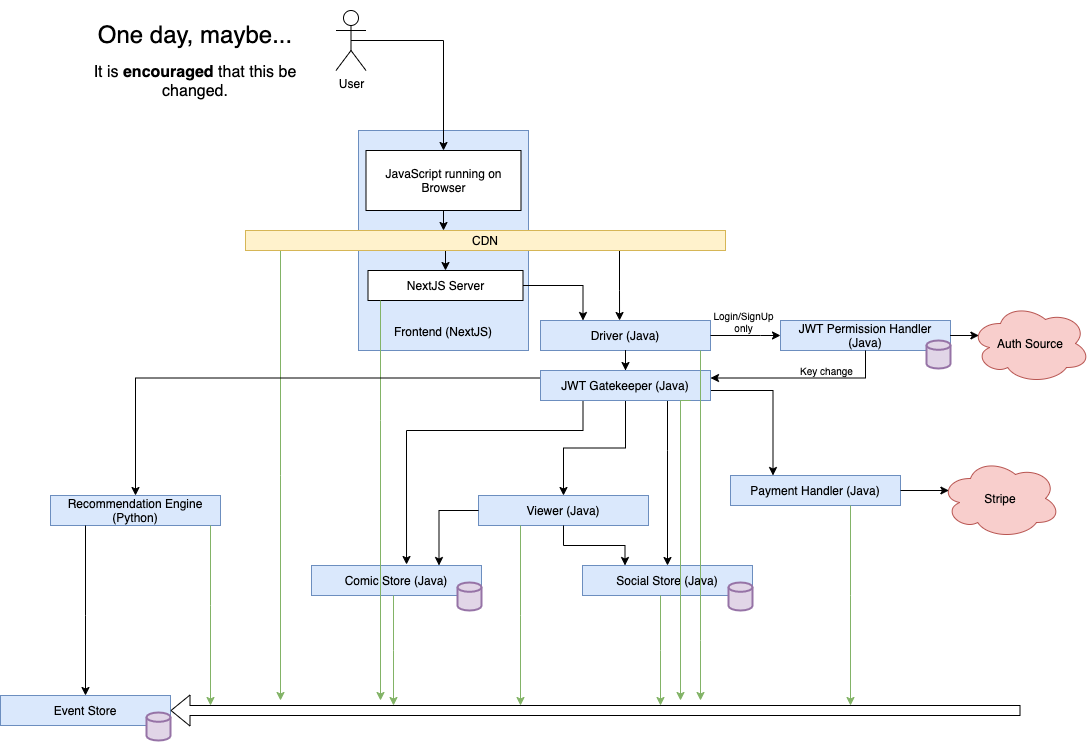
Above: architecture/architecture-vision.drawio.png in iman42/IF-Store (draw.io), before the change. Source tidied: cells renumbered, new cells last; positions are measured from the earlier drawing's top-left corner, leaving out a move shared by most shapes.
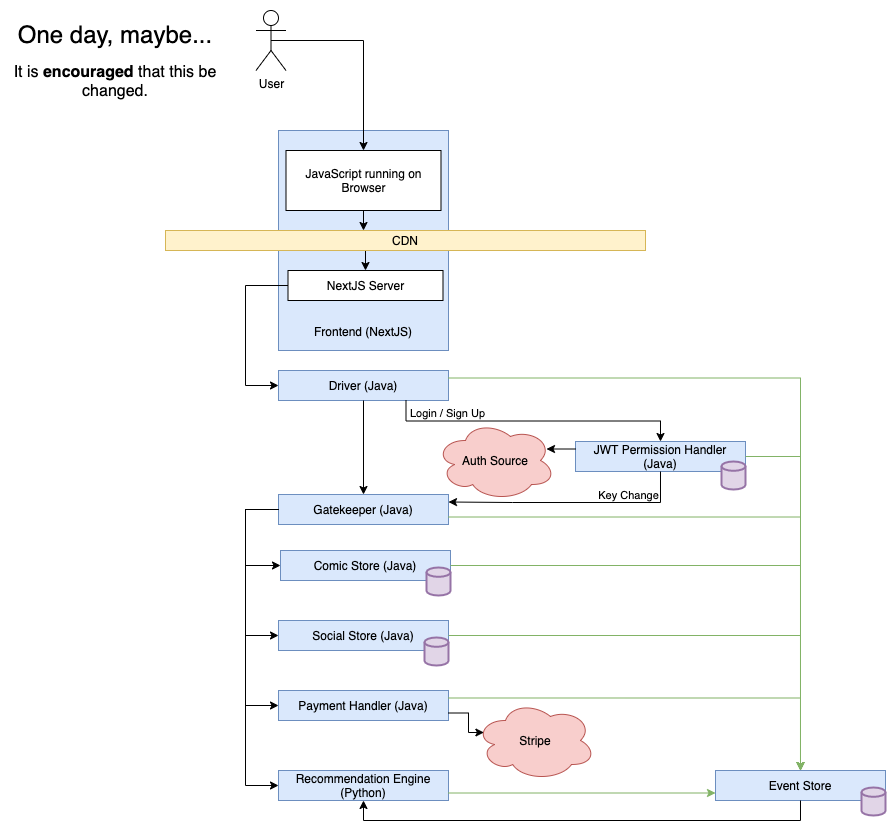
The same file after the commit.

Commit message:
clean up architecture diagram

The edit, as a diff of the source:
```diff
@@ -5,3 +5,3 @@
     <mxCell id="2" style="group;" parent="1" vertex="1">
-      <mxGeometry x="358" y="130" width="170" height="220" as="geometry" />
+      <mxGeometry x="358" y="110" width="170" height="220" as="geometry" />
     </mxCell>
@@ -17,3 +17,3 @@
     <mxCell id="6" value="JavaScript running on Browser" style="rounded=0;whiteSpace=wrap;html=1;" parent="1" vertex="1">
-      <mxGeometry x="365.5" y="150" width="155" height="60" as="geometry" />
+      <mxGeometry x="365.5" y="130" width="155" height="60" as="geometry" />
     </mxCell>
@@ -22,3 +22,3 @@
         <Array as="points">
-          <mxPoint x="443" y="40" />
+          <mxPoint x="443" y="20" />
         </Array>
@@ -27,3 +27,3 @@
     <mxCell id="8" value="User" style="shape=umlActor;verticalLabelPosition=bottom;verticalAlign=top;html=1;outlineConnect=0;" parent="1" vertex="1">
-      <mxGeometry x="335.5" y="10" width="30" height="60" as="geometry" />
+      <mxGeometry x="335.5" y="-10" width="30" height="60" as="geometry" />
     </mxCell>
@@ -32,4 +32,4 @@
         <Array as="points">
-          <mxPoint x="445" y="270" />
-          <mxPoint x="445" y="270" />
+          <mxPoint x="445" y="250" />
+          <mxPoint x="445" y="250" />
         </Array>
@@ -37,35 +37,18 @@
     </mxCell>
-    <mxCell id="10" style="edgeStyle=elbowEdgeStyle;rounded=0;jettySize=auto;html=1;strokeColor=#82b366;fillColor=#d5e8d4;" parent="1" edge="1" source="12">
-      <mxGeometry relative="1" as="geometry">
-        <mxPoint x="280" y="700" as="targetPoint" />
-      </mxGeometry>
-    </mxCell>
-    <mxCell id="11" style="edgeStyle=orthogonalEdgeStyle;rounded=0;jettySize=auto;html=1;entryX=0.465;entryY=0;entryDx=0;entryDy=0;entryPerimeter=0;" parent="1" edge="1" source="12" target="55">
-      <mxGeometry relative="1" as="geometry">
-        <Array as="points">
-          <mxPoint x="619" y="290" />
-          <mxPoint x="619" y="290" />
-        </Array>
-      </mxGeometry>
-    </mxCell>
     <mxCell id="12" value="CDN" style="rounded=0;whiteSpace=wrap;html=1;fillColor=#fff2cc;strokeColor=#d6b656;" parent="1" vertex="1">
-      <mxGeometry x="245" y="230" width="480" height="20" as="geometry" />
+      <mxGeometry x="245" y="210" width="480" height="20" as="geometry" />
     </mxCell>
-    <mxCell id="13" style="group;" parent="1" vertex="1">
-      <mxGeometry x="478" y="495" width="170" height="30" as="geometry" />
-    </mxCell>
-    <mxCell id="14" style="rounded=0;whiteSpace=wrap;html=1;fillColor=#dae8fc;strokeColor=#6c8ebf;align=left;" parent="13" vertex="1">
-      <mxGeometry width="170" height="30" as="geometry" />
-    </mxCell>
-    <mxCell id="15" value="Viewer (Java)" style="text;html=1;strokeColor=none;fillColor=none;align=center;verticalAlign=middle;whiteSpace=wrap;rounded=0;" parent="13" vertex="1">
-      <mxGeometry x="10" y="7.7" width="150" height="14.7" as="geometry" />
-    </mxCell>
-    <mxCell id="16" style="edgeStyle=orthogonalEdgeStyle;rounded=0;jettySize=auto;html=1;entryX=0.25;entryY=0;entryDx=0;entryDy=0;" parent="1" edge="1" source="17" target="55">
-      <mxGeometry relative="1" as="geometry" />
+    <mxCell id="16" style="edgeStyle=orthogonalEdgeStyle;rounded=0;jettySize=auto;html=1;entryX=0;entryY=0.5;entryDx=0;entryDy=0;" parent="1" edge="1" source="17" target="55">
+      <mxGeometry relative="1" as="geometry">
+        <Array as="points">
+          <mxPoint x="325" y="265" />
+          <mxPoint x="325" y="365" />
+        </Array>
+      </mxGeometry>
     </mxCell>
     <mxCell id="17" value="NextJS Server" style="rounded=0;whiteSpace=wrap;html=1;" parent="1" vertex="1">
-      <mxGeometry x="367.5" y="270" width="155" height="30" as="geometry" />
+      <mxGeometry x="367.5" y="250" width="155" height="30" as="geometry" />
     </mxCell>
     <mxCell id="18" style="group;" parent="1" vertex="1">
-      <mxGeometry x="780" y="320" width="179" height="38" as="geometry" />
+      <mxGeometry x="655" y="421" width="179" height="38" as="geometry" />
     </mxCell>
@@ -81,3 +64,3 @@
     <mxCell id="22" style="group;" parent="1" vertex="1">
-      <mxGeometry x="730" y="475" width="170" height="30" as="geometry" />
+      <mxGeometry x="358" y="670" width="170" height="30" as="geometry" />
     </mxCell>
@@ -90,3 +73,3 @@
     <mxCell id="25" style="group;" parent="1" vertex="1">
-      <mxGeometry x="582" y="565" width="170" height="45" as="geometry" />
+      <mxGeometry x="358" y="600" width="170" height="45" as="geometry" />
     </mxCell>
@@ -102,9 +85,6 @@
     <mxCell id="29" value="Stripe" style="ellipse;shape=cloud;whiteSpace=wrap;html=1;fillColor=#f8cecc;strokeColor=#b85450;" parent="1" vertex="1">
-      <mxGeometry x="940" y="458" width="120" height="80" as="geometry" />
+      <mxGeometry x="555" y="680" width="120" height="80" as="geometry" />
     </mxCell>
-    <mxCell id="30" style="edgeStyle=orthogonalEdgeStyle;rounded=0;jettySize=auto;html=1;entryX=0.07;entryY=0.4;entryDx=0;entryDy=0;entryPerimeter=0;" parent="1" edge="1" source="23" target="29">
-      <mxGeometry relative="1" as="geometry" />
-    </mxCell>
     <mxCell id="31" style="group;" parent="1" vertex="1">
-      <mxGeometry x="311" y="565" width="170" height="45" as="geometry" />
+      <mxGeometry x="360" y="530" width="170" height="45" as="geometry" />
     </mxCell>
@@ -119,19 +99,4 @@
     </mxCell>
-    <mxCell id="35" style="edgeStyle=orthogonalEdgeStyle;rounded=0;jettySize=auto;html=1;exitX=0;exitY=0.5;exitDx=0;exitDy=0;entryX=0.75;entryY=0;entryDx=0;entryDy=0;" parent="1" edge="1" source="14" target="32">
-      <mxGeometry relative="1" as="geometry">
-        <Array as="points">
-          <mxPoint x="439" y="510" />
-        </Array>
-      </mxGeometry>
-    </mxCell>
-    <mxCell id="36" style="edgeStyle=orthogonalEdgeStyle;rounded=0;jettySize=auto;html=1;entryX=0.25;entryY=0;entryDx=0;entryDy=0;" parent="1" edge="1" source="14" target="26">
-      <mxGeometry relative="1" as="geometry">
-        <Array as="points">
-          <mxPoint x="563" y="545" />
-          <mxPoint x="625" y="545" />
-        </Array>
-      </mxGeometry>
-    </mxCell>
     <mxCell id="37" style="group;" parent="1" vertex="1">
-      <mxGeometry x="50" y="495" width="170" height="30" as="geometry" />
+      <mxGeometry x="358" y="750" width="170" height="30" as="geometry" />
     </mxCell>
@@ -144,3 +109,3 @@
     <mxCell id="40" style="group;" parent="1" vertex="1">
-      <mxGeometry y="695" width="170" height="45" as="geometry" />
+      <mxGeometry x="795" y="750" width="170" height="45" as="geometry" />
     </mxCell>
@@ -155,72 +120,4 @@
     </mxCell>
-    <mxCell id="44" style="shape=flexArrow;endArrow=classic;html=1;entryX=1;entryY=0.5;entryDx=0;entryDy=0;" parent="1" edge="1" target="41">
-      <mxGeometry relative="1" as="geometry">
-        <mxPoint x="1020" y="710" as="sourcePoint" />
-      </mxGeometry>
-    </mxCell>
-    <mxCell id="45" style="edgeStyle=elbowEdgeStyle;rounded=0;jettySize=auto;html=1;entryX=0.5;entryY=0;entryDx=0;entryDy=0;" parent="1" edge="1" source="38" target="41">
-      <mxGeometry relative="1" as="geometry">
-        <Array as="points">
-          <mxPoint x="85" y="615" />
-        </Array>
-      </mxGeometry>
-    </mxCell>
-    <mxCell id="46" style="edgeStyle=elbowEdgeStyle;rounded=0;jettySize=auto;html=1;fillColor=#d5e8d4;strokeColor=#82b366;" parent="1" edge="1" source="38">
-      <mxGeometry relative="1" as="geometry">
-        <mxPoint x="210" y="705" as="targetPoint" />
-        <Array as="points">
-          <mxPoint x="210" y="605" />
-          <mxPoint x="245" y="575" />
-        </Array>
-      </mxGeometry>
-    </mxCell>
-    <mxCell id="47" style="edgeStyle=elbowEdgeStyle;rounded=0;jettySize=auto;html=1;strokeColor=#82b366;fillColor=#d5e8d4;" parent="1" edge="1" source="32">
-      <mxGeometry relative="1" as="geometry">
-        <mxPoint x="393" y="705" as="targetPoint" />
-      </mxGeometry>
-    </mxCell>
-    <mxCell id="48" style="edgeStyle=elbowEdgeStyle;rounded=0;jettySize=auto;html=1;strokeColor=#82b366;fillColor=#d5e8d4;" parent="1" edge="1" source="14">
-      <mxGeometry relative="1" as="geometry">
-        <mxPoint x="520" y="705" as="targetPoint" />
-      </mxGeometry>
-    </mxCell>
-    <mxCell id="49" style="edgeStyle=elbowEdgeStyle;rounded=0;jettySize=auto;html=1;strokeColor=#82b366;fillColor=#d5e8d4;" parent="1" edge="1" source="26">
-      <mxGeometry relative="1" as="geometry">
-        <mxPoint x="660" y="705" as="targetPoint" />
-      </mxGeometry>
-    </mxCell>
-    <mxCell id="50" style="edgeStyle=elbowEdgeStyle;rounded=0;jettySize=auto;html=1;fillColor=#d5e8d4;entryX=1;entryY=0.25;entryDx=0;entryDy=0;" parent="1" edge="1" source="19" target="68">
-      <mxGeometry relative="1" as="geometry">
-        <Array as="points">
-          <mxPoint x="865" y="360" />
-          <mxPoint x="910" y="390" />
-        </Array>
-      </mxGeometry>
-    </mxCell>
-    <mxCell id="51" value="Key change" style="edgeLabel;html=1;align=center;verticalAlign=middle;fontSize=10;labelBackgroundColor=none;" parent="50" vertex="1">
-      <mxGeometry x="0.09" relative="1" as="geometry">
-        <mxPoint x="31.5" y="-8.5" as="offset" />
-      </mxGeometry>
-    </mxCell>
-    <mxCell id="52" style="edgeStyle=elbowEdgeStyle;rounded=0;jettySize=auto;html=1;strokeColor=#82b366;fillColor=#d5e8d4;" parent="1" edge="1" source="23">
-      <mxGeometry relative="1" as="geometry">
-        <mxPoint x="850" y="705" as="targetPoint" />
-        <Array as="points">
-          <mxPoint x="850" y="595" />
-        </Array>
-      </mxGeometry>
-    </mxCell>
-    <mxCell id="53" style="edgeStyle=elbowEdgeStyle;rounded=0;jettySize=auto;html=1;strokeColor=#82b366;fillColor=#d5e8d4;" parent="1" edge="1" source="17">
-      <mxGeometry relative="1" as="geometry">
-        <mxPoint x="380" y="700" as="targetPoint" />
-        <Array as="points">
-          <mxPoint x="380" y="420" />
-          <mxPoint x="370" y="580" />
-          <mxPoint x="300" y="400" />
-          <mxPoint x="280" y="460" />
-        </Array>
-      </mxGeometry>
-    </mxCell>
     <mxCell id="54" style="group;" parent="1" vertex="1">
-      <mxGeometry x="540" y="320" width="170" height="30" as="geometry" />
+      <mxGeometry x="358" y="350" width="170" height="30" as="geometry" />
     </mxCell>
@@ -232,58 +129,7 @@
     </mxCell>
-    <mxCell id="57" style="edgeStyle=orthogonalEdgeStyle;rounded=0;jettySize=auto;html=1;entryX=0.559;entryY=-0.033;entryDx=0;entryDy=0;entryPerimeter=0;exitX=0.25;exitY=1;exitDx=0;exitDy=0;" parent="1" edge="1" source="68" target="32">
-      <mxGeometry relative="1" as="geometry">
-        <Array as="points">
-          <mxPoint x="583" y="430" />
-          <mxPoint x="406" y="430" />
-        </Array>
-      </mxGeometry>
-    </mxCell>
-    <mxCell id="58" style="edgeStyle=orthogonalEdgeStyle;rounded=0;jettySize=auto;html=1;entryX=0.5;entryY=0;entryDx=0;entryDy=0;exitX=0;exitY=0.25;exitDx=0;exitDy=0;" parent="1" edge="1" source="68" target="38">
-      <mxGeometry relative="1" as="geometry">
-        <Array as="points">
-          <mxPoint x="135" y="378" />
-        </Array>
-      </mxGeometry>
-    </mxCell>
-    <mxCell id="59" style="edgeStyle=orthogonalEdgeStyle;rounded=0;jettySize=auto;html=1;entryX=0;entryY=0.5;entryDx=0;entryDy=0;" parent="1" edge="1" source="55" target="19">
-      <mxGeometry relative="1" as="geometry">
-        <Array as="points">
-          <mxPoint x="760" y="335" />
-        </Array>
-      </mxGeometry>
-    </mxCell>
-    <mxCell id="60" value="Login/SignUp&lt;br&gt;only" style="edgeLabel;html=1;align=center;verticalAlign=middle;fontSize=10;labelBackgroundColor=none;" parent="59" vertex="1">
-      <mxGeometry x="0.29" y="-1" relative="1" as="geometry">
-        <mxPoint x="-13" y="-16" as="offset" />
-      </mxGeometry>
-    </mxCell>
-    <mxCell id="61" style="edgeStyle=orthogonalEdgeStyle;rounded=0;jettySize=auto;html=1;entryX=0.07;entryY=0.4;entryDx=0;entryDy=0;entryPerimeter=0;" parent="1" edge="1" source="19" target="70">
-      <mxGeometry relative="1" as="geometry" />
-    </mxCell>
-    <mxCell id="62" style="edgeStyle=orthogonalEdgeStyle;rounded=0;jettySize=auto;html=1;entryX=0.5;entryY=0;entryDx=0;entryDy=0;" parent="1" edge="1" source="68" target="14">
-      <mxGeometry relative="1" as="geometry" />
-    </mxCell>
-    <mxCell id="63" style="edgeStyle=orthogonalEdgeStyle;rounded=0;jettySize=auto;html=1;entryX=0.5;entryY=0;entryDx=0;entryDy=0;" parent="1" edge="1" source="68" target="26">
-      <mxGeometry relative="1" as="geometry">
-        <Array as="points">
-          <mxPoint x="667" y="450" />
-          <mxPoint x="667" y="450" />
-        </Array>
-      </mxGeometry>
-    </mxCell>
-    <mxCell id="64" style="edgeStyle=orthogonalEdgeStyle;rounded=0;jettySize=auto;html=1;entryX=0.25;entryY=0;entryDx=0;entryDy=0;" parent="1" edge="1" source="68" target="23">
-      <mxGeometry relative="1" as="geometry">
-        <Array as="points">
-          <mxPoint x="773" y="390" />
-        </Array>
-      </mxGeometry>
-    </mxCell>
-    <mxCell id="65" style="edgeStyle=orthogonalEdgeStyle;rounded=0;jettySize=auto;html=1;entryX=0.5;entryY=0;entryDx=0;entryDy=0;" parent="1" edge="1" source="55" target="68">
-      <mxGeometry relative="1" as="geometry" />
-    </mxCell>
     <mxCell id="66" value="&lt;font&gt;&lt;span style=&quot;font-size: 24px&quot;&gt;One day, maybe...&lt;/span&gt;&lt;br&gt;&lt;br&gt;&lt;font style=&quot;font-size: 16px&quot;&gt;It is &lt;b&gt;encouraged&lt;/b&gt; that this be changed.&lt;/font&gt;&lt;br&gt;&lt;/font&gt;" style="text;html=1;strokeColor=none;fillColor=none;align=center;verticalAlign=middle;whiteSpace=wrap;rounded=0;" parent="1" vertex="1">
-      <mxGeometry x="80" width="230" height="120" as="geometry" />
+      <mxGeometry x="80" y="-20" width="230" height="120" as="geometry" />
     </mxCell>
     <mxCell id="67" style="group;" parent="1" vertex="1">
-      <mxGeometry x="540" y="370" width="170" height="30" as="geometry" />
+      <mxGeometry x="358" y="474" width="170" height="30" as="geometry" />
     </mxCell>
@@ -292,3 +138,3 @@
     </mxCell>
-    <mxCell id="69" value="JWT Gatekeeper (Java)" style="text;html=1;strokeColor=none;fillColor=none;align=center;verticalAlign=middle;whiteSpace=wrap;rounded=0;" parent="67" vertex="1">
+    <mxCell id="69" value="Gatekeeper (Java)" style="text;html=1;strokeColor=none;fillColor=none;align=center;verticalAlign=middle;whiteSpace=wrap;rounded=0;" parent="67" vertex="1">
       <mxGeometry x="10" y="7.7" width="150" height="14.7" as="geometry" />
@@ -296,21 +142,95 @@
     <mxCell id="70" value="Auth Source" style="ellipse;shape=cloud;whiteSpace=wrap;html=1;fillColor=#f8cecc;strokeColor=#b85450;" parent="1" vertex="1">
-      <mxGeometry x="970" y="303" width="120" height="80" as="geometry" />
+      <mxGeometry x="515" y="400" width="120" height="80" as="geometry" />
     </mxCell>
-    <mxCell id="71" style="edgeStyle=orthogonalEdgeStyle;rounded=0;jettySize=auto;html=1;strokeColor=#82b366;fillColor=#d5e8d4;" parent="1" edge="1" source="55">
-      <mxGeometry relative="1" as="geometry">
-        <mxPoint x="700" y="700" as="targetPoint" />
-        <Array as="points">
-          <mxPoint x="700" y="640" />
-        </Array>
-      </mxGeometry>
-    </mxCell>
-    <mxCell id="72" style="edgeStyle=orthogonalEdgeStyle;rounded=0;jettySize=auto;html=1;strokeColor=#82b366;fillColor=#d5e8d4;exitX=0.882;exitY=1;exitDx=0;exitDy=0;exitPerimeter=0;" parent="1" edge="1" source="68">
-      <mxGeometry relative="1" as="geometry">
-        <mxPoint x="680" y="700" as="targetPoint" />
-        <Array as="points">
-          <mxPoint x="680" y="400" />
-          <mxPoint x="680" y="700" />
-        </Array>
-      </mxGeometry>
-    </mxCell>
+    <mxCell id="65" style="edgeStyle=orthogonalEdgeStyle;rounded=0;jettySize=auto;html=1;entryX=0.5;entryY=0;entryDx=0;entryDy=0;" parent="1" edge="1" source="55" target="68">
+      <mxGeometry relative="1" as="geometry" />
+    </mxCell>
+    <mxCell id="59" style="edgeStyle=orthogonalEdgeStyle;rounded=0;jettySize=auto;html=1;exitX=0.75;exitY=1;exitDx=0;exitDy=0;entryX=0.5;entryY=0;entryDx=0;entryDy=0;" parent="1" edge="1" source="55" target="19">
+      <mxGeometry relative="1" as="geometry" />
+    </mxCell>
+    <mxCell id="73" value="Login / Sign Up" style="edgeLabel;html=1;align=center;verticalAlign=middle;" parent="59" vertex="1">
+      <mxGeometry x="-0.25" y="2" relative="1" as="geometry">
+        <mxPoint x="-49" y="-6.5" as="offset" />
+      </mxGeometry>
+    </mxCell>
+    <mxCell id="50" style="edgeStyle=orthogonalEdgeStyle;rounded=0;jettySize=auto;html=1;entryX=1;entryY=0.25;entryDx=0;entryDy=0;" parent="1" edge="1" source="19" target="68">
+      <mxGeometry relative="1" as="geometry">
+        <Array as="points">
+          <mxPoint x="740" y="482" />
+          <mxPoint x="592" y="482" />
+        </Array>
+      </mxGeometry>
+    </mxCell>
+    <mxCell id="74" value="Key Change" style="edgeLabel;html=1;align=center;verticalAlign=middle;" parent="50" vertex="1">
+      <mxGeometry x="-0.15" y="2" relative="1" as="geometry">
+        <mxPoint x="40" y="-10" as="offset" />
+      </mxGeometry>
+    </mxCell>
+    <mxCell id="57" style="edgeStyle=orthogonalEdgeStyle;rounded=0;jettySize=auto;html=1;entryX=0;entryY=0.5;entryDx=0;entryDy=0;" parent="1" edge="1" source="68" target="32">
+      <mxGeometry relative="1" as="geometry">
+        <Array as="points">
+          <mxPoint x="325" y="489" />
+          <mxPoint x="325" y="545" />
+        </Array>
+      </mxGeometry>
+    </mxCell>
+    <mxCell id="63" style="edgeStyle=orthogonalEdgeStyle;rounded=0;jettySize=auto;html=1;entryX=0;entryY=0.5;entryDx=0;entryDy=0;" parent="1" edge="1" source="68" target="26">
+      <mxGeometry relative="1" as="geometry">
+        <Array as="points">
+          <mxPoint x="325" y="489" />
+          <mxPoint x="325" y="615" />
+        </Array>
+      </mxGeometry>
+    </mxCell>
+    <mxCell id="61" style="edgeStyle=orthogonalEdgeStyle;rounded=0;jettySize=auto;html=1;exitX=0;exitY=0.25;exitDx=0;exitDy=0;entryX=0.925;entryY=0.35;entryDx=0;entryDy=0;entryPerimeter=0;" parent="1" edge="1" source="19" target="70">
+      <mxGeometry relative="1" as="geometry" />
+    </mxCell>
+    <mxCell id="30" style="edgeStyle=orthogonalEdgeStyle;rounded=0;jettySize=auto;html=1;exitX=1;exitY=0.75;exitDx=0;exitDy=0;entryX=0.07;entryY=0.4;entryDx=0;entryDy=0;entryPerimeter=0;" parent="1" edge="1" source="23" target="29">
+      <mxGeometry relative="1" as="geometry" />
+    </mxCell>
+    <mxCell id="64" style="edgeStyle=orthogonalEdgeStyle;rounded=0;jettySize=auto;html=1;entryX=0;entryY=0.5;entryDx=0;entryDy=0;" parent="1" edge="1" source="68" target="23">
+      <mxGeometry relative="1" as="geometry">
+        <Array as="points">
+          <mxPoint x="325" y="489" />
+          <mxPoint x="325" y="685" />
+        </Array>
+      </mxGeometry>
+    </mxCell>
+    <mxCell id="58" style="edgeStyle=orthogonalEdgeStyle;rounded=0;jettySize=auto;html=1;entryX=0;entryY=0.5;entryDx=0;entryDy=0;" parent="1" edge="1" source="68" target="38">
+      <mxGeometry relative="1" as="geometry">
+        <Array as="points">
+          <mxPoint x="325" y="489" />
+          <mxPoint x="325" y="765" />
+        </Array>
+      </mxGeometry>
+    </mxCell>
+    <mxCell id="75" style="edgeStyle=orthogonalEdgeStyle;rounded=0;jettySize=auto;html=1;entryX=0.5;entryY=1;entryDx=0;entryDy=0;" parent="1" edge="1" source="41" target="38">
+      <mxGeometry relative="1" as="geometry">
+        <Array as="points">
+          <mxPoint x="880" y="800" />
+          <mxPoint x="443" y="800" />
+        </Array>
+      </mxGeometry>
+    </mxCell>
+    <mxCell id="45" style="edgeStyle=orthogonalEdgeStyle;rounded=0;jettySize=auto;html=1;exitX=1;exitY=0.75;exitDx=0;exitDy=0;entryX=0;entryY=0.75;entryDx=0;entryDy=0;fillColor=#d5e8d4;strokeColor=#82b366;" parent="1" edge="1" source="38" target="41">
+      <mxGeometry relative="1" as="geometry" />
+    </mxCell>
+    <mxCell id="76" style="edgeStyle=orthogonalEdgeStyle;rounded=0;jettySize=auto;html=1;exitX=1;exitY=0.25;exitDx=0;exitDy=0;entryX=0.5;entryY=0;entryDx=0;entryDy=0;strokeColor=#82b366;fillColor=#d5e8d4;" parent="1" edge="1" source="23" target="41">
+      <mxGeometry relative="1" as="geometry" />
+    </mxCell>
+    <mxCell id="77" style="edgeStyle=orthogonalEdgeStyle;rounded=0;jettySize=auto;html=1;exitX=1;exitY=0.5;exitDx=0;exitDy=0;entryX=0.5;entryY=0;entryDx=0;entryDy=0;strokeColor=#82b366;fillColor=#d5e8d4;" parent="1" edge="1" source="26" target="41">
+      <mxGeometry relative="1" as="geometry" />
+    </mxCell>
+    <mxCell id="78" style="edgeStyle=orthogonalEdgeStyle;rounded=0;jettySize=auto;html=1;exitX=1;exitY=0.5;exitDx=0;exitDy=0;entryX=0.5;entryY=0;entryDx=0;entryDy=0;strokeColor=#82b366;fillColor=#d5e8d4;" parent="1" edge="1" source="32" target="41">
+      <mxGeometry relative="1" as="geometry" />
+    </mxCell>
+    <mxCell id="79" style="edgeStyle=orthogonalEdgeStyle;rounded=0;jettySize=auto;html=1;exitX=1;exitY=0.75;exitDx=0;exitDy=0;entryX=0.5;entryY=0;entryDx=0;entryDy=0;strokeColor=#82b366;fillColor=#d5e8d4;" parent="1" edge="1" source="68" target="41">
+      <mxGeometry relative="1" as="geometry" />
+    </mxCell>
+    <mxCell id="80" style="edgeStyle=orthogonalEdgeStyle;rounded=0;jettySize=auto;html=1;exitX=1;exitY=0.5;exitDx=0;exitDy=0;entryX=0.5;entryY=0;entryDx=0;entryDy=0;strokeColor=#82b366;fillColor=#d5e8d4;" parent="1" edge="1" source="19" target="41">
+      <mxGeometry relative="1" as="geometry" />
+    </mxCell>
+    <mxCell id="81" style="edgeStyle=orthogonalEdgeStyle;rounded=0;jettySize=auto;html=1;exitX=1;exitY=0.25;exitDx=0;exitDy=0;entryX=0.5;entryY=0;entryDx=0;entryDy=0;strokeColor=#82b366;fillColor=#d5e8d4;" parent="1" edge="1" source="55" target="41">
+      <mxGeometry relative="1" as="geometry" />
+    </mxCell>
   </root>
```
